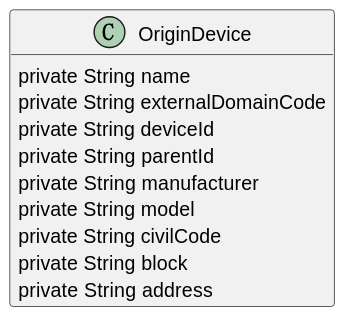
firestige/firestige keeps this PlantUML diagram as source/img/remove-redundant-and-compact-string/model.svg. Above is the earlier version. Its diagram source:
```plantuml
@startuml model
hide empty members
class OriginDevice {
    private String name
    private String externalDomainCode
    private String deviceId
    private String parentId
    private String manufacturer
    private String model
    private String civilCode
    private String block
    private String address
}
@enduml
```
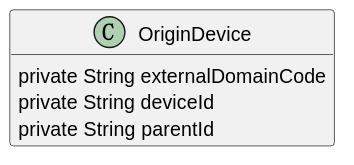
Above is the later version.

Commit message:
更正图片配文

What changed in the source:
```diff
@@ -1,14 +1,8 @@
 @startuml model
 hide empty members
 class OriginDevice {
-    private String name
     private String externalDomainCode
     private String deviceId
     private String parentId
-    private String manufacturer
-    private String model
-    private String civilCode
-    private String block
-    private String address
 }
 @enduml
```
